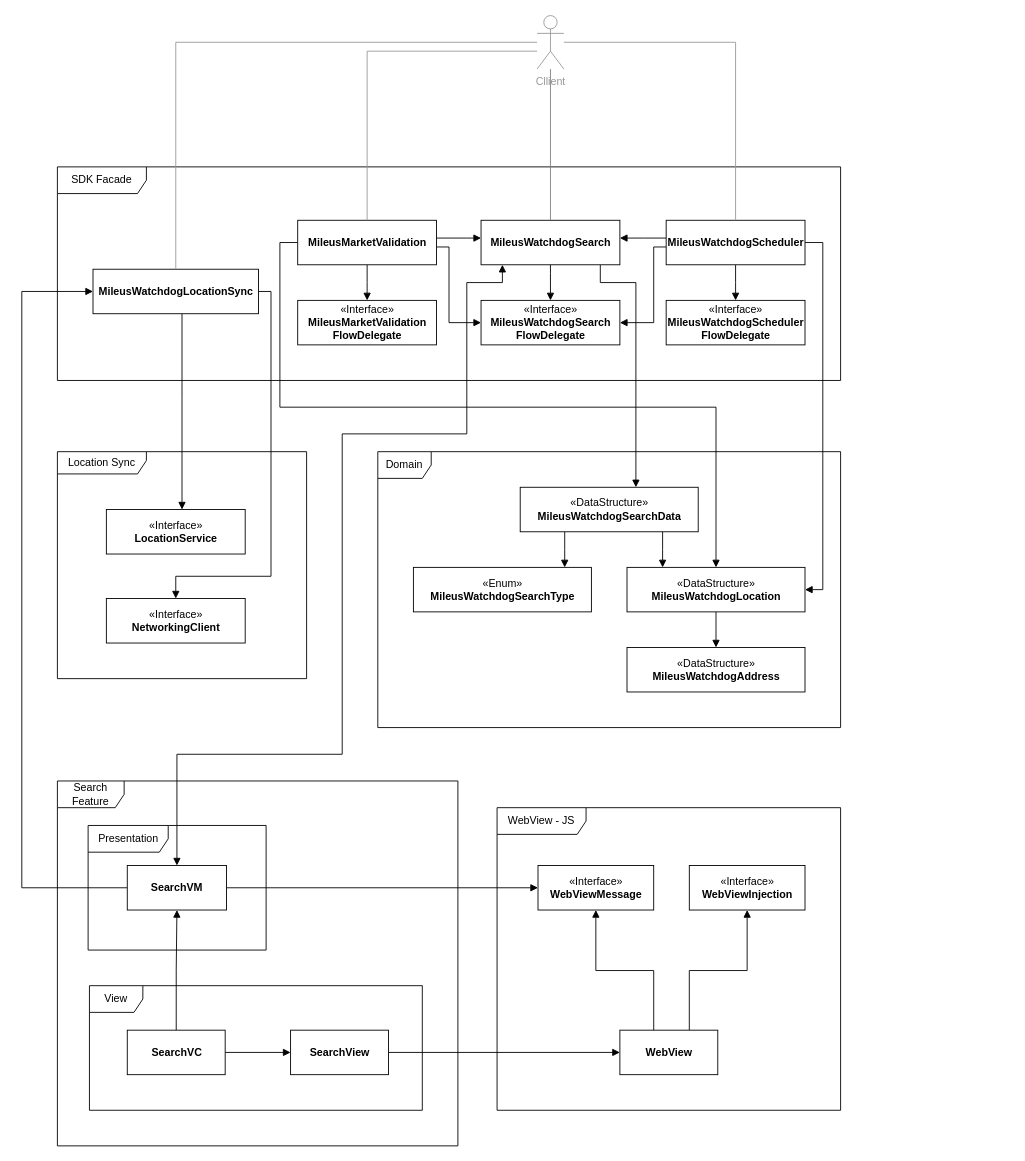
Above: Documentation/Mileus Internal SDK.drawio in mileus/watchdog-sdk-ios (draw.io), before the change. Source tidied: cells renumbered, new cells numbered last; positions are measured from the earlier drawing's top-left corner, leaving out a move shared by most shapes. Both pictures are drawn from the tidied source at 89%, with x=0, y=0 at pixel (21, 15).
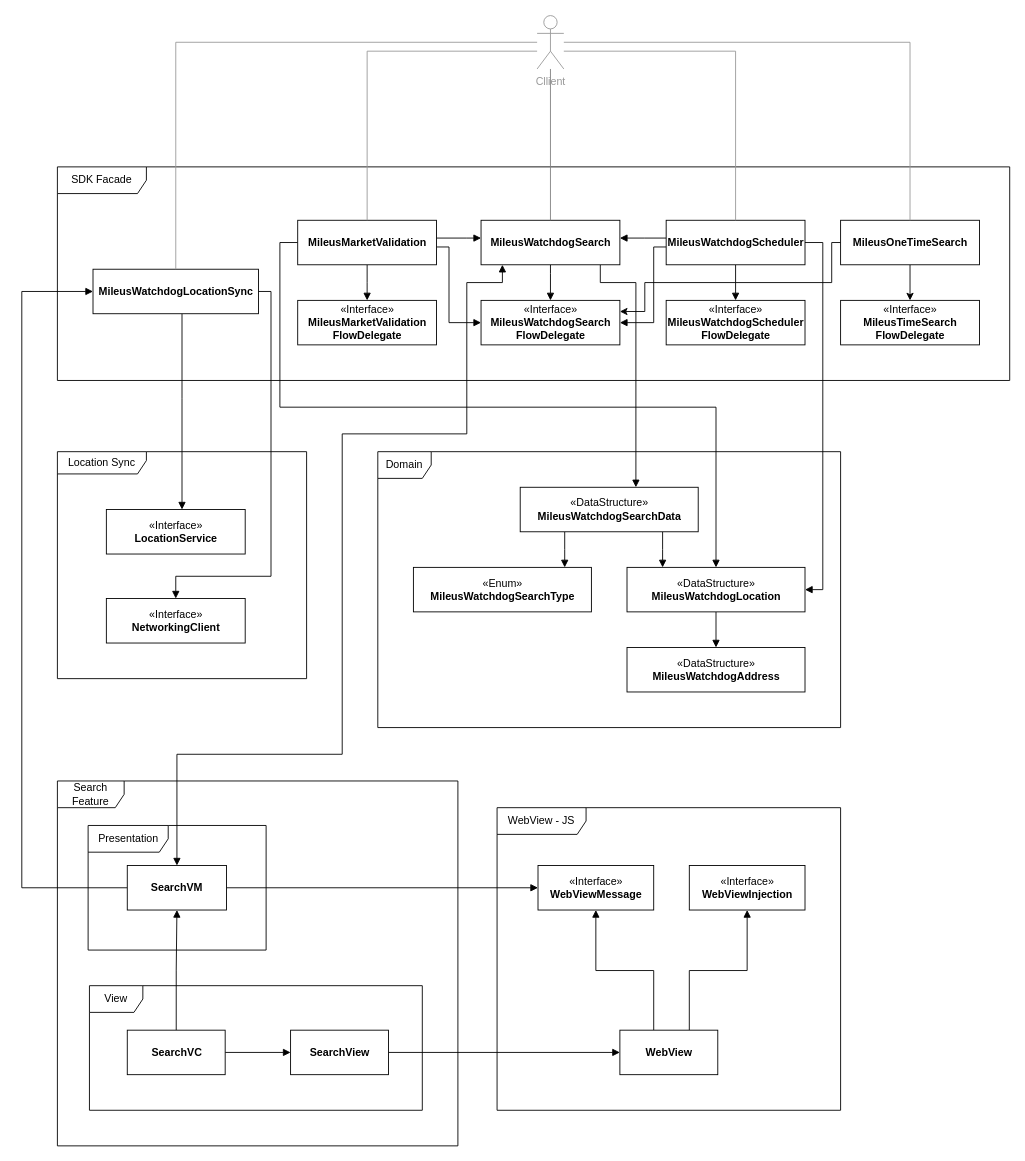
The same diagram, later.

Commit message (it also covers changes not shown here):
Feature: Updated diagram

Unchanged cells that the change refers to:
```xml
<mxCell id="29" value="&lt;b&gt;MileusWatchdogScheduler&lt;/b&gt;" style="html=1;" parent="1" vertex="1">
  <mxGeometry x="724" y="230" width="156" height="50" as="geometry" />
</mxCell>
<mxCell id="40" value="«Interface»&lt;b&gt;&lt;br&gt;MileusWatchdogSearch&lt;br&gt;FlowDelegate&lt;/b&gt;" style="html=1;" parent="1" vertex="1">
  <mxGeometry x="516" y="320" width="156" height="50" as="geometry" />
</mxCell>
<mxCell id="46" value="&lt;font color=&quot;#999999&quot;&gt;Cllient&lt;/font&gt;" style="shape=umlActor;verticalLabelPosition=bottom;verticalAlign=top;html=1;strokeColor=#999999;" parent="1" vertex="1">
  <mxGeometry x="579" width="30" height="60" as="geometry" />
</mxCell>
```

Diff of the diagram source:
```diff
@@
     <mxCell id="5" value="SDK Facade" style="shape=umlFrame;whiteSpace=wrap;html=1;width=100;height=30;" parent="1" vertex="1">
-      <mxGeometry x="40" y="170" width="880" height="240" as="geometry" />
+      <mxGeometry x="40" y="170" width="1070" height="240" as="geometry" />
     </mxCell>
@@
     <mxCell id="44" style="edgeStyle=orthogonalEdgeStyle;rounded=0;jettySize=auto;html=1;endArrow=none;endFill=0;strokeColor=#999999;" parent="1" edge="1" source="46" target="29">
       <mxGeometry relative="1" as="geometry">
         <Array as="points">
-          <mxPoint x="802" y="30" />
+          <mxPoint x="802" y="40" />
         </Array>
       </mxGeometry>
     </mxCell>
@@
+    <mxCell id="56" style="edgeStyle=orthogonalEdgeStyle;rounded=0;jettySize=auto;html=1;entryX=1;entryY=0.25;entryDx=0;entryDy=0;" parent="1" edge="1" source="58" target="40">
+      <mxGeometry relative="1" as="geometry">
+        <Array as="points">
+          <mxPoint x="910" y="255" />
+          <mxPoint x="910" y="300" />
+          <mxPoint x="700" y="300" />
+          <mxPoint x="700" y="332" />
+        </Array>
+      </mxGeometry>
+    </mxCell>
+    <mxCell id="57" style="edgeStyle=orthogonalEdgeStyle;rounded=0;jettySize=auto;html=1;entryX=0.5;entryY=0;entryDx=0;entryDy=0;" parent="1" edge="1" source="58" target="59">
+      <mxGeometry relative="1" as="geometry" />
+    </mxCell>
+    <mxCell id="58" value="&lt;b&gt;MileusOneTimeSearch&lt;/b&gt;" style="html=1;" parent="1" vertex="1">
+      <mxGeometry x="920" y="230" width="156" height="50" as="geometry" />
+    </mxCell>
+    <mxCell id="59" value="«Interface»&lt;b&gt;&lt;br&gt;MileusTimeSearch&lt;br&gt;FlowDelegate&lt;/b&gt;" style="html=1;" parent="1" vertex="1">
+      <mxGeometry x="920" y="320" width="156" height="50" as="geometry" />
+    </mxCell>
+    <mxCell id="60" style="edgeStyle=orthogonalEdgeStyle;rounded=0;jettySize=auto;html=1;endArrow=none;endFill=0;strokeColor=#999999;" parent="1" edge="1" target="58">
+      <mxGeometry relative="1" as="geometry">
+        <mxPoint x="609" y="30" as="sourcePoint" />
+        <Array as="points">
+          <mxPoint x="998" y="30" />
+        </Array>
+      </mxGeometry>
+    </mxCell>
```
